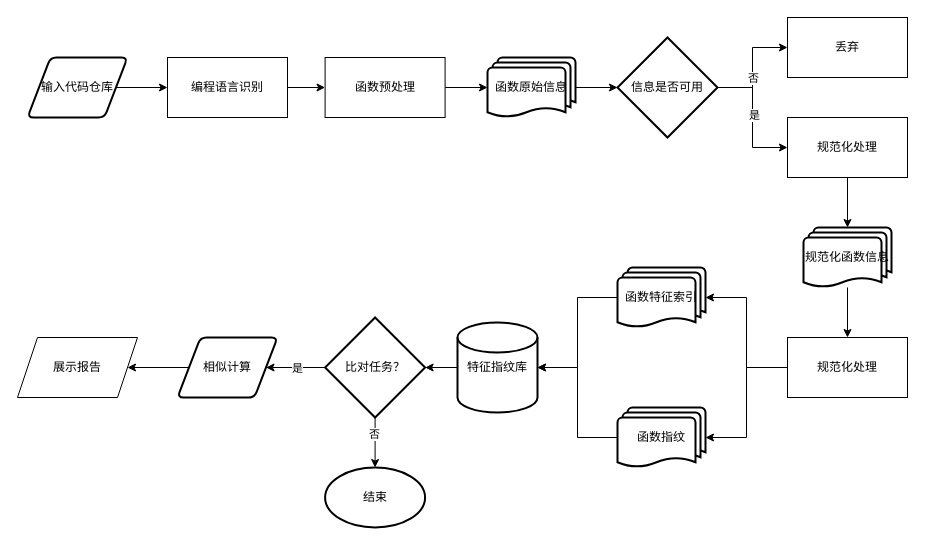
Earlier version of the draw.io diagram 设计流程图.drawio (wanghaoxu001/cloudimg). Source tidied: cells renumbered, new cells numbered last; positions are measured from the earlier drawing's top-left corner, leaving out a move shared by most shapes. Both pictures are drawn from the tidied source at 100%, with x=0, y=0 at pixel (17, 17).
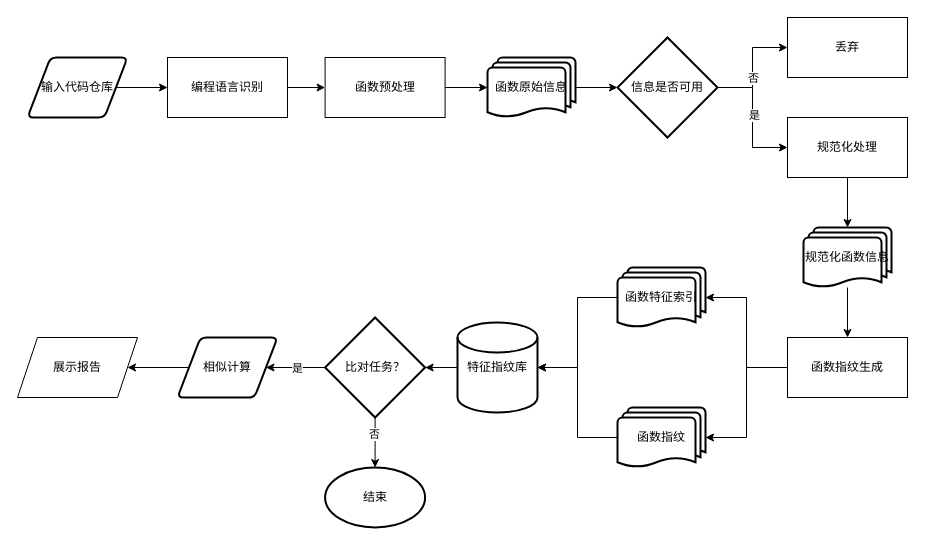
The same diagram, later.

Commit message:
更新设计流程图.drawio

What changed in the source:
```diff
@@
-    <mxCell id="34" value="规范化处理" style="rounded=0;whiteSpace=wrap;html=1;" parent="1" vertex="1">
+    <mxCell id="34" value="函数指纹生成&lt;br&gt;" style="rounded=0;whiteSpace=wrap;html=1;" parent="1" vertex="1">
       <mxGeometry x="770" y="320" width="120" height="60" as="geometry" />
     </mxCell>
```
